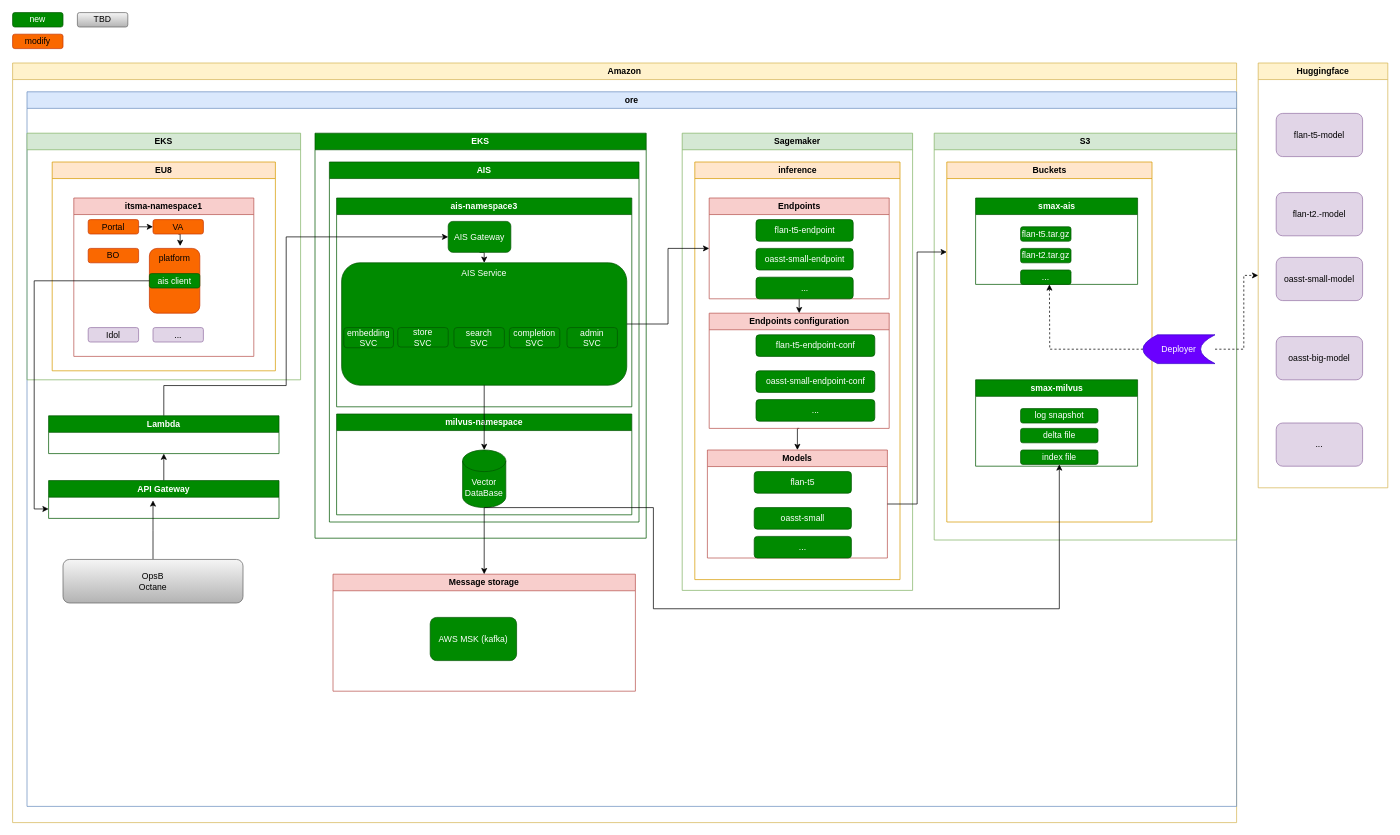
Above: LLM/topology.drawio in Ice-YcY/Diagram (draw.io), before the change. Source tidied: cells renumbered, new cells numbered last; positions are measured from the earlier drawing's top-left corner, leaving out a move shared by most shapes. Both pictures are drawn from the tidied source at 72%, with x=0, y=0 at pixel (12, 12).
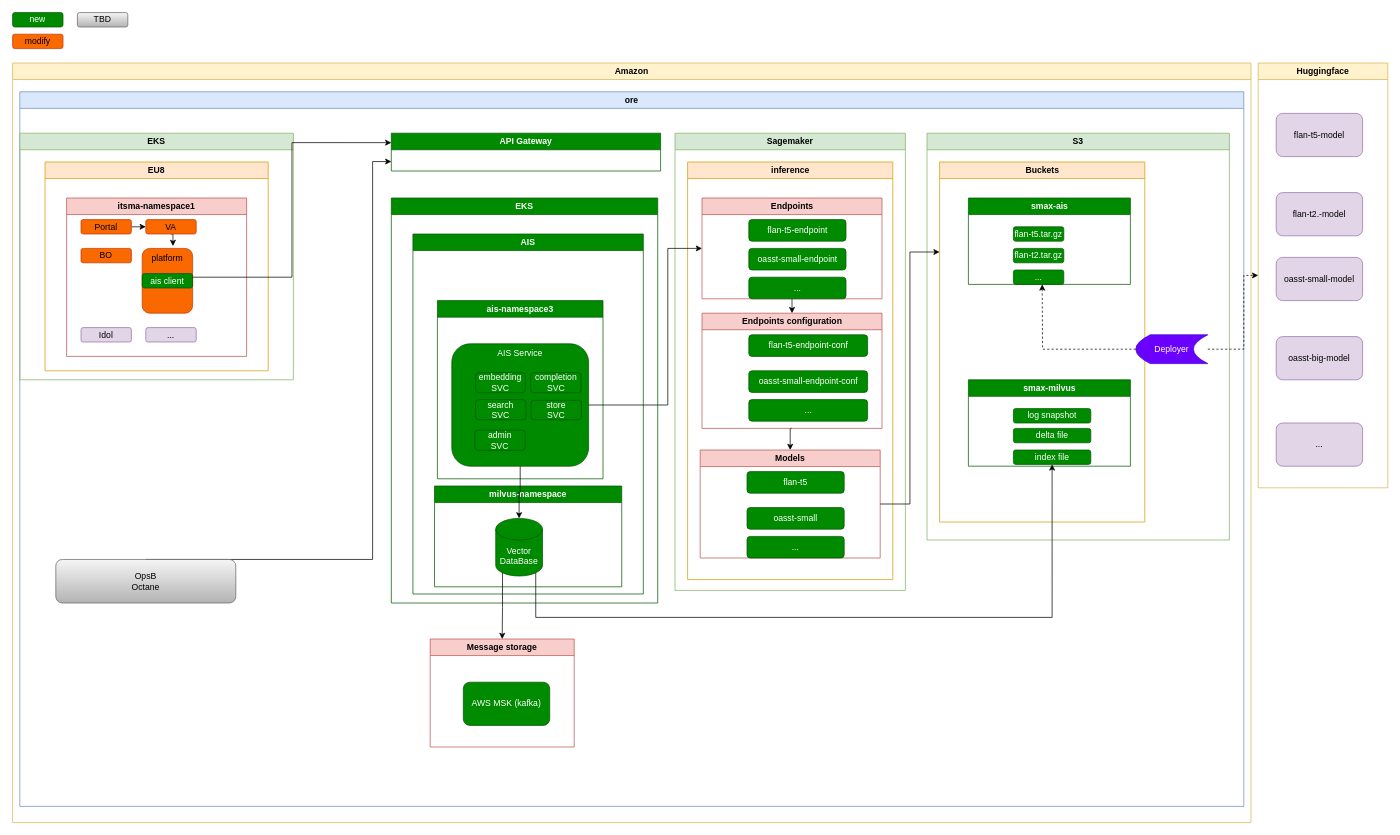
After the change.

Unchanged cells that the change refers to:
```xml
<mxCell id="16" value="Endpoints" style="swimlane;whiteSpace=wrap;html=1;fillColor=#f8cecc;strokeColor=#b85450;" parent="14" vertex="1">
  <mxGeometry x="20" y="50" width="250" height="140" as="geometry" />
</mxCell>
<mxCell id="32" value="platform" style="rounded=1;whiteSpace=wrap;html=1;fillColor=#fa6800;strokeColor=#C73500;fontColor=#000000;verticalAlign=top;" parent="31" vertex="1">
  <mxGeometry x="105" y="70" width="70" height="90" as="geometry" />
</mxCell>
<mxCell id="36" value="ais client" style="rounded=1;whiteSpace=wrap;html=1;fillColor=#008a00;strokeColor=#005700;fontColor=#ffffff;" parent="31" vertex="1">
  <mxGeometry x="105" y="105" width="70" height="20" as="geometry" />
</mxCell>
<mxCell id="49" value="index file" style="rounded=1;whiteSpace=wrap;html=1;fillColor=#008a00;strokeColor=#005700;fontColor=#ffffff;" parent="47" vertex="1">
  <mxGeometry x="62.5" y="97.5" width="107.5" height="20" as="geometry" />
</mxCell>
<mxCell id="74" value="OpsB&lt;br&gt;Octane&lt;br&gt;" style="rounded=1;whiteSpace=wrap;html=1;fillColor=#f5f5f5;strokeColor=#666666;gradientColor=#b3b3b3;" parent="12" vertex="1">
  <mxGeometry x="50" y="649.5" width="250" height="60.5" as="geometry" />
</mxCell>
```

The edit, as a diff of the source:
```diff
@@
     <mxCell id="11" value="Amazon" style="swimlane;whiteSpace=wrap;html=1;fillColor=#fff2cc;strokeColor=#d6b656;" parent="1" vertex="1">
-      <mxGeometry y="70" width="1700" height="1055" as="geometry" />
+      <mxGeometry y="70" width="1720" height="1055" as="geometry" />
     </mxCell>
-    <mxCell id="12" value="ore" style="swimlane;whiteSpace=wrap;html=1;fillColor=#dae8fc;strokeColor=#6c8ebf;" parent="11" vertex="1">
-      <mxGeometry x="20" y="40" width="1680" height="992.5" as="geometry" />
+    <mxCell id="12" value="ore" style="swimlane;whiteSpace=wrap;html=1;fillColor=#dae8fc;strokeColor=#6c8ebf;shadow=0;" parent="11" vertex="1">
+      <mxGeometry x="10" y="40" width="1700" height="992.5" as="geometry" />
     </mxCell>
@@
     <mxCell id="54" value="EKS" style="swimlane;whiteSpace=wrap;html=1;fillColor=#008a00;strokeColor=#005700;fontColor=#ffffff;" parent="12" vertex="1">
-      <mxGeometry x="400" y="57.5" width="460" height="562.5" as="geometry" />
+      <mxGeometry x="516" y="147.5" width="370" height="562.5" as="geometry" />
     </mxCell>
     <mxCell id="55" value="AIS" style="swimlane;whiteSpace=wrap;html=1;fillColor=#008a00;strokeColor=#005700;fontColor=#ffffff;" parent="54" vertex="1">
-      <mxGeometry x="20" y="40" width="430" height="500" as="geometry" />
+      <mxGeometry x="30" y="50" width="320" height="500" as="geometry" />
     </mxCell>
     <mxCell id="56" value="ais-namespace3" style="swimlane;whiteSpace=wrap;html=1;startSize=23;fillColor=#008a00;strokeColor=#005700;fontColor=#ffffff;" parent="55" vertex="1">
-      <mxGeometry x="10" y="50" width="410" height="290" as="geometry" />
+      <mxGeometry x="34" y="92.5" width="230" height="247.5" as="geometry" />
     </mxCell>
-    <mxCell id="57" style="edgeStyle=orthogonalEdgeStyle;rounded=0;jettySize=auto;html=1;exitX=0.5;exitY=1;exitDx=0;exitDy=0;entryX=0.5;entryY=0;entryDx=0;entryDy=0;" parent="56" edge="1" source="58" target="59">
-      <mxGeometry relative="1" as="geometry" />
-    </mxCell>
-    <mxCell id="58" value="AIS Gateway" style="rounded=1;whiteSpace=wrap;html=1;fillColor=#008a00;strokeColor=#005700;fontColor=#ffffff;" parent="56" vertex="1">
-      <mxGeometry x="155" y="32.5" width="87" height="43" as="geometry" />
-    </mxCell>
     <mxCell id="59" value="AIS Service" style="rounded=1;whiteSpace=wrap;html=1;fillColor=#008a00;strokeColor=#005700;fontColor=#ffffff;verticalAlign=top;" parent="56" vertex="1">
-      <mxGeometry x="7" y="90" width="396" height="170" as="geometry" />
+      <mxGeometry x="20" y="60" width="190" height="170" as="geometry" />
     </mxCell>
     <mxCell id="60" value="embedding&lt;br&gt;SVC" style="rounded=1;whiteSpace=wrap;html=1;fillColor=#008a00;strokeColor=#005700;fontColor=#ffffff;" parent="56" vertex="1">
-      <mxGeometry x="10" y="180" width="69" height="28" as="geometry" />
+      <mxGeometry x="53" y="100" width="69" height="28" as="geometry" />
     </mxCell>
     <mxCell id="61" value="store&lt;br&gt;SVC" style="rounded=1;whiteSpace=wrap;html=1;fillColor=#008a00;strokeColor=#005700;fontColor=#ffffff;" parent="56" vertex="1">
-      <mxGeometry x="85" y="180" width="70" height="27" as="geometry" />
+      <mxGeometry x="130" y="138.5" width="70" height="27" as="geometry" />
     </mxCell>
     <mxCell id="62" value="search&lt;br&gt;SVC" style="rounded=1;whiteSpace=wrap;html=1;fillColor=#008a00;strokeColor=#005700;fontColor=#ffffff;" parent="56" vertex="1">
-      <mxGeometry x="163" y="180" width="70" height="28" as="geometry" />
+      <mxGeometry x="53" y="137.5" width="70" height="28" as="geometry" />
     </mxCell>
     <mxCell id="63" value="completion&lt;br&gt;SVC" style="rounded=1;whiteSpace=wrap;html=1;fillColor=#008a00;strokeColor=#005700;fontColor=#ffffff;" parent="56" vertex="1">
-      <mxGeometry x="240" y="180" width="70" height="28" as="geometry" />
+      <mxGeometry x="129.5" y="100" width="70" height="28" as="geometry" />
     </mxCell>
     <mxCell id="64" value="admin&lt;br&gt;SVC" style="rounded=1;whiteSpace=wrap;html=1;fillColor=#008a00;strokeColor=#005700;fontColor=#ffffff;" parent="56" vertex="1">
-      <mxGeometry x="320" y="180" width="70" height="28" as="geometry" />
+      <mxGeometry x="52" y="180" width="70" height="28" as="geometry" />
     </mxCell>
     <mxCell id="65" value="milvus-namespace" style="swimlane;whiteSpace=wrap;html=1;fillColor=#008a00;strokeColor=#005700;fontColor=#ffffff;" parent="55" vertex="1">
-      <mxGeometry x="10" y="350" width="410" height="140" as="geometry" />
+      <mxGeometry x="30" y="350" width="260" height="140" as="geometry" />
     </mxCell>
     <mxCell id="66" value="Vector&lt;br&gt;DataBase" style="shape=cylinder3;whiteSpace=wrap;html=1;boundedLbl=1;backgroundOutline=1;size=15;fillColor=#008a00;fontColor=#ffffff;strokeColor=#005700;" parent="65" vertex="1">
-      <mxGeometry x="175" y="50" width="60" height="80" as="geometry" />
+      <mxGeometry x="85" y="45" width="65" height="80" as="geometry" />
     </mxCell>
@@
     <mxCell id="68" style="edgeStyle=orthogonalEdgeStyle;rounded=0;jettySize=auto;html=1;exitX=1;exitY=0.5;exitDx=0;exitDy=0;entryX=0;entryY=0.5;entryDx=0;entryDy=0;" parent="12" edge="1" source="59" target="16">
-      <mxGeometry relative="1" as="geometry" />
+      <mxGeometry relative="1" as="geometry">
+        <Array as="points">
+          <mxPoint x="900" y="435" />
+          <mxPoint x="900" y="218" />
+        </Array>
+      </mxGeometry>
     </mxCell>
-    <mxCell id="69" style="edgeStyle=orthogonalEdgeStyle;rounded=0;jettySize=auto;html=1;exitX=0.5;exitY=0;exitDx=0;exitDy=0;entryX=0.5;entryY=1;entryDx=0;entryDy=0;" parent="12" edge="1" source="70" target="72">
-      <mxGeometry relative="1" as="geometry" />
-    </mxCell>
     <mxCell id="70" value="API Gateway" style="swimlane;whiteSpace=wrap;html=1;fillColor=#008a00;strokeColor=#005700;startSize=23;fontColor=#ffffff;" parent="12" vertex="1">
-      <mxGeometry x="30" y="540" width="320" height="52.5" as="geometry" />
+      <mxGeometry x="516" y="57.5" width="374" height="52.5" as="geometry" />
     </mxCell>
-    <mxCell id="71" style="edgeStyle=orthogonalEdgeStyle;rounded=0;jettySize=auto;html=1;exitX=0.5;exitY=0;exitDx=0;exitDy=0;entryX=0;entryY=0.5;entryDx=0;entryDy=0;" parent="12" edge="1" source="72" target="58">
-      <mxGeometry relative="1" as="geometry">
-        <Array as="points">
-          <mxPoint x="190" y="408" />
-          <mxPoint x="360" y="408" />
-          <mxPoint x="360" y="202" />
-        </Array>
-      </mxGeometry>
-    </mxCell>
-    <mxCell id="72" value="Lambda" style="swimlane;whiteSpace=wrap;html=1;fillColor=#008a00;strokeColor=#005700;fontColor=#ffffff;" parent="12" vertex="1">
-      <mxGeometry x="30" y="450" width="320" height="52.5" as="geometry" />
-    </mxCell>
-    <mxCell id="73" style="edgeStyle=orthogonalEdgeStyle;rounded=0;jettySize=auto;html=1;exitX=0.5;exitY=0;exitDx=0;exitDy=0;" parent="12" edge="1" source="74">
+    <mxCell id="73" style="edgeStyle=orthogonalEdgeStyle;rounded=0;jettySize=auto;html=1;exitX=0.5;exitY=0;exitDx=0;exitDy=0;entryX=0;entryY=0.75;entryDx=0;entryDy=0;" parent="12" edge="1" source="74" target="70">
       <mxGeometry relative="1" as="geometry">
-        <mxPoint x="175" y="567.5" as="targetPoint" />
+        <Array as="points">
+          <mxPoint x="490" y="650" />
+          <mxPoint x="490" y="97" />
+        </Array>
       </mxGeometry>
     </mxCell>
@@
-    <mxCell id="75" style="edgeStyle=orthogonalEdgeStyle;rounded=0;jettySize=auto;html=1;exitX=0;exitY=0.5;exitDx=0;exitDy=0;entryX=0;entryY=0.75;entryDx=0;entryDy=0;" parent="12" edge="1" source="32" target="70">
-      <mxGeometry relative="1" as="geometry">
-        <Array as="points">
-          <mxPoint x="10" y="263" />
-          <mxPoint x="10" y="579" />
-        </Array>
-      </mxGeometry>
-    </mxCell>
-    <mxCell id="76" style="edgeStyle=orthogonalEdgeStyle;rounded=0;jettySize=auto;html=1;exitX=0.5;exitY=1;exitDx=0;exitDy=0;exitPerimeter=0;entryX=0.5;entryY=1;entryDx=0;entryDy=0;" parent="12" edge="1" source="66" target="49">
+    <mxCell id="76" style="edgeStyle=orthogonalEdgeStyle;rounded=0;jettySize=auto;html=1;entryX=0.5;entryY=1;entryDx=0;entryDy=0;exitX=0.855;exitY=1;exitDx=0;exitDy=-4.35;exitPerimeter=0;" parent="12" edge="1" source="66" target="49">
       <mxGeometry relative="1" as="geometry">
         <Array as="points">
-          <mxPoint x="870" y="578" />
-          <mxPoint x="870" y="718" />
-          <mxPoint x="1434" y="718" />
+          <mxPoint x="716" y="668" />
+          <mxPoint x="716" y="730" />
+          <mxPoint x="1434" y="730" />
         </Array>
       </mxGeometry>
     </mxCell>
     <mxCell id="77" value="Message storage" style="swimlane;whiteSpace=wrap;html=1;fillColor=#f8cecc;strokeColor=#b85450;" parent="12" vertex="1">
-      <mxGeometry x="425" y="670" width="420" height="162.5" as="geometry" />
+      <mxGeometry x="570" y="760" width="200" height="150" as="geometry" />
     </mxCell>
     <mxCell id="78" value="AWS MSK (kafka)" style="rounded=1;whiteSpace=wrap;html=1;fillColor=#008a00;fontColor=#ffffff;strokeColor=#005700;" parent="77" vertex="1">
-      <mxGeometry x="135" y="60" width="120" height="60" as="geometry" />
+      <mxGeometry x="46" y="60" width="120" height="60" as="geometry" />
     </mxCell>
-    <mxCell id="79" style="edgeStyle=orthogonalEdgeStyle;rounded=0;jettySize=auto;html=1;exitX=0.5;exitY=1;exitDx=0;exitDy=0;exitPerimeter=0;entryX=0.5;entryY=0;entryDx=0;entryDy=0;" parent="12" edge="1" source="66" target="77">
+    <mxCell id="79" style="edgeStyle=orthogonalEdgeStyle;rounded=0;jettySize=auto;html=1;exitX=0.145;exitY=1;exitDx=0;exitDy=-4.35;exitPerimeter=0;entryX=0.5;entryY=0;entryDx=0;entryDy=0;" parent="12" edge="1" source="66" target="77">
       <mxGeometry relative="1" as="geometry" />
     </mxCell>
+    <mxCell id="81" style="edgeStyle=orthogonalEdgeStyle;rounded=0;jettySize=auto;html=1;exitX=1;exitY=0.25;exitDx=0;exitDy=0;entryX=0;entryY=0.25;entryDx=0;entryDy=0;" parent="12" edge="1" source="36" target="70">
+      <mxGeometry relative="1" as="geometry" />
+    </mxCell>
```
